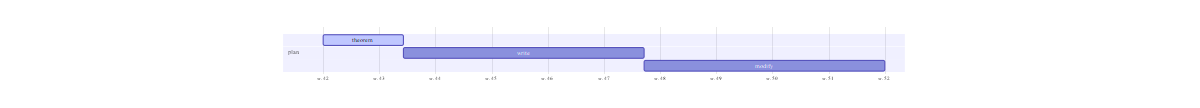
Before: gantt.mmd.png, a diagram exported from Mermaid (libin1987832/libin1987832.github.io). Its source is kept beside it as gantt.mmd.
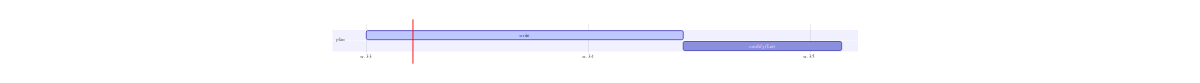
After the commit.

Diff of the diagram source:
```diff
@@ -1,5 +1,4 @@
 gantt
 section plan
-theorem     :active,    des1, 2019-10-21,10d
-write        : des2, after des1, 30d
-modify      :         des3, after des2, 30d
+write     :active,    des1, 2020-08-17,10d
+modify(Lei)        : des2, after des1, 5d
```
